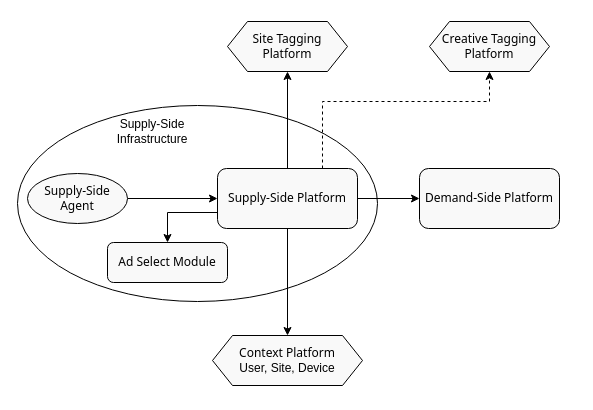
The draw.io diagram page "SSI" (2 of 3) of protocol/index.drawio in adshares/adshares-docs, before the edit. Source tidied: cells renumbered, new cells numbered last; positions are measured from the earlier drawing's top-left corner, leaving out a move shared by most shapes. Both pictures are drawn from the tidied source at 100%, with x=0, y=0 at pixel (17, 21).
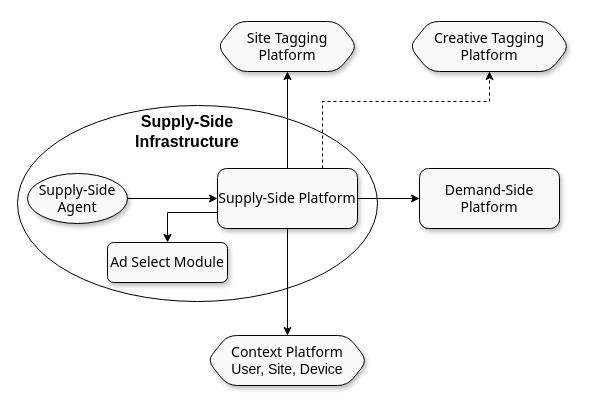
The same diagram, later.

Diff of the diagram source:
```diff
@@
 <mxGraphModel>
   <root>
     <mxCell id="0" />
     <mxCell id="1" parent="0" />
     <mxCell id="2" style="ellipse;whiteSpace=wrap;html=1;fillColor=none;strokeColor=#000000;shadow=0;strokeWidth=1;perimeterSpacing=4;fontColor=#000000;" parent="1" vertex="1">
       <mxGeometry y="84" width="360" height="196" as="geometry" />
     </mxCell>
     <mxCell id="3" style="edgeStyle=orthogonalEdgeStyle;rounded=0;jettySize=auto;html=1;entryX=0.5;entryY=1;entryDx=0;entryDy=0;fontColor=#000000;strokeColor=#000000;shadow=0;" parent="1" edge="1" source="9" target="12">
       <mxGeometry relative="1" as="geometry" />
     </mxCell>
     <mxCell id="4" style="edgeStyle=orthogonalEdgeStyle;rounded=0;jettySize=auto;html=1;entryX=1;entryY=0.5;entryDx=0;entryDy=0;startArrow=classic;startFill=1;endArrow=none;endFill=0;fontColor=#000000;strokeColor=#000000;shadow=0;" parent="1" edge="1" source="9" target="13">
       <mxGeometry relative="1" as="geometry" />
     </mxCell>
     <mxCell id="5" style="edgeStyle=orthogonalEdgeStyle;rounded=0;jettySize=auto;html=1;entryX=0.5;entryY=0;entryDx=0;entryDy=0;exitX=0;exitY=0.75;exitDx=0;exitDy=0;fontColor=#000000;strokeColor=#000000;shadow=0;" parent="1" edge="1" source="9" target="14">
       <mxGeometry relative="1" as="geometry">
         <Array as="points">
           <mxPoint x="150" y="191" />
         </Array>
       </mxGeometry>
     </mxCell>
     <mxCell id="6" style="edgeStyle=orthogonalEdgeStyle;rounded=0;jettySize=auto;html=1;fontColor=#000000;strokeColor=#000000;shadow=0;" parent="1" edge="1" source="9" target="16">
       <mxGeometry relative="1" as="geometry" />
     </mxCell>
     <mxCell id="7" style="edgeStyle=orthogonalEdgeStyle;rounded=0;jettySize=auto;html=1;entryX=0;entryY=0.5;entryDx=0;entryDy=0;" parent="1" edge="1" source="9" target="10">
       <mxGeometry relative="1" as="geometry" />
     </mxCell>
     <mxCell id="8" style="edgeStyle=orthogonalEdgeStyle;rounded=0;jettySize=auto;html=1;entryX=0.5;entryY=1;entryDx=0;entryDy=0;exitX=0.75;exitY=0;exitDx=0;exitDy=0;dashed=1;" parent="1" edge="1" source="9" target="11">
       <mxGeometry relative="1" as="geometry">
         <Array as="points">
           <mxPoint x="305" y="80" />
           <mxPoint x="472" y="80" />
         </Array>
       </mxGeometry>
     </mxCell>
-    <mxCell id="9" value="&lt;span style=&quot;font-family: &amp;quot;HCo Gotham&amp;quot;, system-ui, -apple-system, &amp;quot;Segoe UI&amp;quot;, Roboto, &amp;quot;Helvetica Neue&amp;quot;, Arial, &amp;quot;Noto Sans&amp;quot;, &amp;quot;Liberation Sans&amp;quot;, sans-serif, &amp;quot;Apple Color Emoji&amp;quot;, &amp;quot;Segoe UI Emoji&amp;quot;, &amp;quot;Segoe UI Symbol&amp;quot;, &amp;quot;Noto Color Emoji&amp;quot;; text-align: start;&quot;&gt;&lt;font style=&quot;font-size: 12px;&quot;&gt;Supply-Side Platform&lt;/font&gt;&lt;/span&gt;" style="rounded=1;whiteSpace=wrap;html=1;shadow=0;glass=0;fontColor=#000000;strokeColor=#000000;fillColor=#F9F9F9;" parent="1" vertex="1">
+    <mxCell id="9" value="&lt;span style=&quot;font-family: &amp;quot;HCo Gotham&amp;quot;, system-ui, -apple-system, &amp;quot;Segoe UI&amp;quot;, Roboto, &amp;quot;Helvetica Neue&amp;quot;, Arial, &amp;quot;Noto Sans&amp;quot;, &amp;quot;Liberation Sans&amp;quot;, sans-serif, &amp;quot;Apple Color Emoji&amp;quot;, &amp;quot;Segoe UI Emoji&amp;quot;, &amp;quot;Segoe UI Symbol&amp;quot;, &amp;quot;Noto Color Emoji&amp;quot;; text-align: start;&quot;&gt;&lt;font style=&quot;font-size: 14px;&quot;&gt;Supply-Side Platform&lt;/font&gt;&lt;/span&gt;" style="rounded=1;whiteSpace=wrap;html=1;shadow=1;glass=0;fontColor=#000000;strokeColor=#000000;fillColor=#F9F9F9;" parent="1" vertex="1">
       <mxGeometry x="200" y="147" width="140" height="60" as="geometry" />
     </mxCell>
-    <mxCell id="10" value="&lt;span style=&quot;border-color: var(--border-color); font-family: &amp;quot;HCo Gotham&amp;quot;, system-ui, -apple-system, &amp;quot;Segoe UI&amp;quot;, Roboto, &amp;quot;Helvetica Neue&amp;quot;, Arial, &amp;quot;Noto Sans&amp;quot;, &amp;quot;Liberation Sans&amp;quot;, sans-serif, &amp;quot;Apple Color Emoji&amp;quot;, &amp;quot;Segoe UI Emoji&amp;quot;, &amp;quot;Segoe UI Symbol&amp;quot;, &amp;quot;Noto Color Emoji&amp;quot;; text-align: start;&quot;&gt;&lt;font style=&quot;border-color: var(--border-color);&quot;&gt;Demand-Side Platform&lt;/font&gt;&lt;/span&gt;" style="rounded=1;whiteSpace=wrap;html=1;fontColor=#000000;strokeColor=#000000;shadow=0;fillColor=#F9F9F9;" parent="1" vertex="1">
+    <mxCell id="10" value="&lt;span style=&quot;border-color: var(--border-color); font-family: &amp;quot;HCo Gotham&amp;quot;, system-ui, -apple-system, &amp;quot;Segoe UI&amp;quot;, Roboto, &amp;quot;Helvetica Neue&amp;quot;, Arial, &amp;quot;Noto Sans&amp;quot;, &amp;quot;Liberation Sans&amp;quot;, sans-serif, &amp;quot;Apple Color Emoji&amp;quot;, &amp;quot;Segoe UI Emoji&amp;quot;, &amp;quot;Segoe UI Symbol&amp;quot;, &amp;quot;Noto Color Emoji&amp;quot;; text-align: start;&quot;&gt;&lt;font style=&quot;border-color: var(--border-color); font-size: 14px;&quot;&gt;Demand-Side Platform&lt;/font&gt;&lt;/span&gt;" style="rounded=1;whiteSpace=wrap;html=1;fontColor=#000000;strokeColor=#000000;shadow=1;fillColor=#F9F9F9;" parent="1" vertex="1">
       <mxGeometry x="402" y="147" width="140" height="60" as="geometry" />
     </mxCell>
-    <mxCell id="11" value="&lt;span style=&quot;font-family: &amp;quot;HCo Gotham&amp;quot;, system-ui, -apple-system, &amp;quot;Segoe UI&amp;quot;, Roboto, &amp;quot;Helvetica Neue&amp;quot;, Arial, &amp;quot;Noto Sans&amp;quot;, &amp;quot;Liberation Sans&amp;quot;, sans-serif, &amp;quot;Apple Color Emoji&amp;quot;, &amp;quot;Segoe UI Emoji&amp;quot;, &amp;quot;Segoe UI Symbol&amp;quot;, &amp;quot;Noto Color Emoji&amp;quot;; text-align: start;&quot;&gt;&lt;font style=&quot;font-size: 12px;&quot;&gt;Creative Tagging Platform&lt;/font&gt;&lt;/span&gt;&lt;b&gt;&lt;br&gt;&lt;/b&gt;" style="shape=hexagon;perimeter=hexagonPerimeter2;whiteSpace=wrap;html=1;fixedSize=1;fontColor=#000000;strokeColor=#000000;shadow=0;fillColor=#F9F9F9;" parent="1" vertex="1">
-      <mxGeometry x="412" width="120" height="50" as="geometry" />
+    <mxCell id="11" value="&lt;span style=&quot;font-family: &amp;quot;HCo Gotham&amp;quot;, system-ui, -apple-system, &amp;quot;Segoe UI&amp;quot;, Roboto, &amp;quot;Helvetica Neue&amp;quot;, Arial, &amp;quot;Noto Sans&amp;quot;, &amp;quot;Liberation Sans&amp;quot;, sans-serif, &amp;quot;Apple Color Emoji&amp;quot;, &amp;quot;Segoe UI Emoji&amp;quot;, &amp;quot;Segoe UI Symbol&amp;quot;, &amp;quot;Noto Color Emoji&amp;quot;; text-align: start;&quot;&gt;&lt;font style=&quot;font-size: 14px;&quot;&gt;Creative Tagging Platform&lt;/font&gt;&lt;/span&gt;&lt;b&gt;&lt;br&gt;&lt;/b&gt;" style="shape=hexagon;perimeter=hexagonPerimeter2;whiteSpace=wrap;html=1;fixedSize=1;fontColor=#000000;strokeColor=#000000;shadow=1;fillColor=#F9F9F9;rounded=1;" parent="1" vertex="1">
+      <mxGeometry x="392" width="160" height="50" as="geometry" />
     </mxCell>
-    <mxCell id="12" value="&lt;span style=&quot;font-family: &amp;quot;HCo Gotham&amp;quot;, system-ui, -apple-system, &amp;quot;Segoe UI&amp;quot;, Roboto, &amp;quot;Helvetica Neue&amp;quot;, Arial, &amp;quot;Noto Sans&amp;quot;, &amp;quot;Liberation Sans&amp;quot;, sans-serif, &amp;quot;Apple Color Emoji&amp;quot;, &amp;quot;Segoe UI Emoji&amp;quot;, &amp;quot;Segoe UI Symbol&amp;quot;, &amp;quot;Noto Color Emoji&amp;quot;; text-align: start;&quot;&gt;&lt;font style=&quot;font-size: 12px;&quot;&gt;Site Tagging&lt;br&gt;Platform&lt;/font&gt;&lt;/span&gt;" style="shape=hexagon;perimeter=hexagonPerimeter2;whiteSpace=wrap;html=1;fixedSize=1;fontColor=#000000;strokeColor=#000000;shadow=0;fillColor=#F9F9F9;" parent="1" vertex="1">
-      <mxGeometry x="210" width="120" height="50" as="geometry" />
+    <mxCell id="12" value="&lt;span style=&quot;font-family: &amp;quot;HCo Gotham&amp;quot;, system-ui, -apple-system, &amp;quot;Segoe UI&amp;quot;, Roboto, &amp;quot;Helvetica Neue&amp;quot;, Arial, &amp;quot;Noto Sans&amp;quot;, &amp;quot;Liberation Sans&amp;quot;, sans-serif, &amp;quot;Apple Color Emoji&amp;quot;, &amp;quot;Segoe UI Emoji&amp;quot;, &amp;quot;Segoe UI Symbol&amp;quot;, &amp;quot;Noto Color Emoji&amp;quot;; text-align: start;&quot;&gt;&lt;font style=&quot;font-size: 14px;&quot;&gt;Site Tagging&lt;br&gt;Platform&lt;/font&gt;&lt;/span&gt;" style="shape=hexagon;perimeter=hexagonPerimeter2;whiteSpace=wrap;html=1;fixedSize=1;fontColor=#000000;strokeColor=#000000;shadow=1;fillColor=#F9F9F9;rounded=1;" parent="1" vertex="1">
+      <mxGeometry x="200" width="140" height="50" as="geometry" />
     </mxCell>
-    <mxCell id="13" value="&lt;span style=&quot;font-family: &amp;quot;HCo Gotham&amp;quot;, system-ui, -apple-system, &amp;quot;Segoe UI&amp;quot;, Roboto, &amp;quot;Helvetica Neue&amp;quot;, Arial, &amp;quot;Noto Sans&amp;quot;, &amp;quot;Liberation Sans&amp;quot;, sans-serif, &amp;quot;Apple Color Emoji&amp;quot;, &amp;quot;Segoe UI Emoji&amp;quot;, &amp;quot;Segoe UI Symbol&amp;quot;, &amp;quot;Noto Color Emoji&amp;quot;; text-align: start;&quot;&gt;&lt;font style=&quot;font-size: 12px;&quot;&gt;Supply-Side Agent&lt;/font&gt;&lt;/span&gt;" style="ellipse;whiteSpace=wrap;html=1;fontColor=#000000;strokeColor=#000000;shadow=0;fillColor=#F9F9F9;" parent="1" vertex="1">
+    <mxCell id="13" value="&lt;span style=&quot;font-family: &amp;quot;HCo Gotham&amp;quot;, system-ui, -apple-system, &amp;quot;Segoe UI&amp;quot;, Roboto, &amp;quot;Helvetica Neue&amp;quot;, Arial, &amp;quot;Noto Sans&amp;quot;, &amp;quot;Liberation Sans&amp;quot;, sans-serif, &amp;quot;Apple Color Emoji&amp;quot;, &amp;quot;Segoe UI Emoji&amp;quot;, &amp;quot;Segoe UI Symbol&amp;quot;, &amp;quot;Noto Color Emoji&amp;quot;; text-align: start;&quot;&gt;&lt;font style=&quot;font-size: 14px;&quot;&gt;Supply-Side Agent&lt;/font&gt;&lt;/span&gt;" style="ellipse;whiteSpace=wrap;html=1;fontColor=#000000;strokeColor=#000000;shadow=1;fillColor=#F9F9F9;" parent="1" vertex="1">
       <mxGeometry x="10" y="152" width="100" height="50" as="geometry" />
     </mxCell>
-    <mxCell id="14" value="&lt;span style=&quot;border-color: var(--border-color); font-family: &amp;quot;HCo Gotham&amp;quot;, system-ui, -apple-system, &amp;quot;Segoe UI&amp;quot;, Roboto, &amp;quot;Helvetica Neue&amp;quot;, Arial, &amp;quot;Noto Sans&amp;quot;, &amp;quot;Liberation Sans&amp;quot;, sans-serif, &amp;quot;Apple Color Emoji&amp;quot;, &amp;quot;Segoe UI Emoji&amp;quot;, &amp;quot;Segoe UI Symbol&amp;quot;, &amp;quot;Noto Color Emoji&amp;quot;; text-align: start;&quot;&gt;&lt;font style=&quot;border-color: var(--border-color);&quot;&gt;Ad Select Module&lt;/font&gt;&lt;/span&gt;" style="rounded=1;whiteSpace=wrap;html=1;fontColor=#000000;strokeColor=#000000;shadow=0;fillColor=#F9F9F9;" parent="1" vertex="1">
+    <mxCell id="14" value="&lt;span style=&quot;border-color: var(--border-color); font-family: &amp;quot;HCo Gotham&amp;quot;, system-ui, -apple-system, &amp;quot;Segoe UI&amp;quot;, Roboto, &amp;quot;Helvetica Neue&amp;quot;, Arial, &amp;quot;Noto Sans&amp;quot;, &amp;quot;Liberation Sans&amp;quot;, sans-serif, &amp;quot;Apple Color Emoji&amp;quot;, &amp;quot;Segoe UI Emoji&amp;quot;, &amp;quot;Segoe UI Symbol&amp;quot;, &amp;quot;Noto Color Emoji&amp;quot;; text-align: start;&quot;&gt;&lt;font style=&quot;border-color: var(--border-color); font-size: 14px;&quot;&gt;Ad Select Module&lt;/font&gt;&lt;/span&gt;" style="rounded=1;whiteSpace=wrap;html=1;fontColor=#000000;strokeColor=#000000;shadow=1;fillColor=#F9F9F9;" parent="1" vertex="1">
       <mxGeometry x="90" y="221" width="120" height="40" as="geometry" />
     </mxCell>
-    <mxCell id="15" value="Supply-Side Infrastructure" style="text;html=1;strokeColor=none;fillColor=none;align=center;verticalAlign=middle;whiteSpace=wrap;rounded=0;dashed=1;fontColor=#000000;shadow=0;" parent="1" vertex="1">
-      <mxGeometry x="90" y="100" width="90" height="20" as="geometry" />
+    <mxCell id="15" value="&lt;b&gt;&lt;font style=&quot;font-size: 16px;&quot;&gt;Supply-Side Infrastructure&lt;/font&gt;&lt;/b&gt;" style="text;html=1;strokeColor=none;fillColor=none;align=center;verticalAlign=middle;whiteSpace=wrap;rounded=0;dashed=1;fontColor=#000000;shadow=0;" parent="1" vertex="1">
+      <mxGeometry x="90" y="100" width="160" height="20" as="geometry" />
     </mxCell>
-    <mxCell id="16" value="&lt;font style=&quot;font-size: 12px;&quot;&gt;&lt;span style=&quot;font-family: &amp;quot;HCo Gotham&amp;quot;, system-ui, -apple-system, &amp;quot;Segoe UI&amp;quot;, Roboto, &amp;quot;Helvetica Neue&amp;quot;, Arial, &amp;quot;Noto Sans&amp;quot;, &amp;quot;Liberation Sans&amp;quot;, sans-serif, &amp;quot;Apple Color Emoji&amp;quot;, &amp;quot;Segoe UI Emoji&amp;quot;, &amp;quot;Segoe UI Symbol&amp;quot;, &amp;quot;Noto Color Emoji&amp;quot;; text-align: start;&quot;&gt;Context Platform&lt;br&gt;&lt;/span&gt;&lt;/font&gt;User, Site, Device" style="shape=hexagon;perimeter=hexagonPerimeter2;whiteSpace=wrap;html=1;fixedSize=1;fontColor=#000000;strokeColor=#000000;shadow=0;fillColor=#F9F9F9;" parent="1" vertex="1">
-      <mxGeometry x="195" y="314" width="150" height="50" as="geometry" />
+    <mxCell id="16" value="&lt;font style=&quot;font-size: 14px;&quot;&gt;&lt;font style=&quot;&quot;&gt;&lt;span style=&quot;font-family: &amp;quot;HCo Gotham&amp;quot;, system-ui, -apple-system, &amp;quot;Segoe UI&amp;quot;, Roboto, &amp;quot;Helvetica Neue&amp;quot;, Arial, &amp;quot;Noto Sans&amp;quot;, &amp;quot;Liberation Sans&amp;quot;, sans-serif, &amp;quot;Apple Color Emoji&amp;quot;, &amp;quot;Segoe UI Emoji&amp;quot;, &amp;quot;Segoe UI Symbol&amp;quot;, &amp;quot;Noto Color Emoji&amp;quot;; text-align: start;&quot;&gt;Context Platform&lt;br&gt;&lt;/span&gt;&lt;/font&gt;User, Site, Device&lt;/font&gt;" style="shape=hexagon;perimeter=hexagonPerimeter2;whiteSpace=wrap;html=1;fixedSize=1;fontColor=#000000;strokeColor=#000000;shadow=1;fillColor=#F9F9F9;rounded=1;" parent="1" vertex="1">
+      <mxGeometry x="190" y="314" width="160" height="50" as="geometry" />
     </mxCell>
   </root>
 </mxGraphModel>
```
